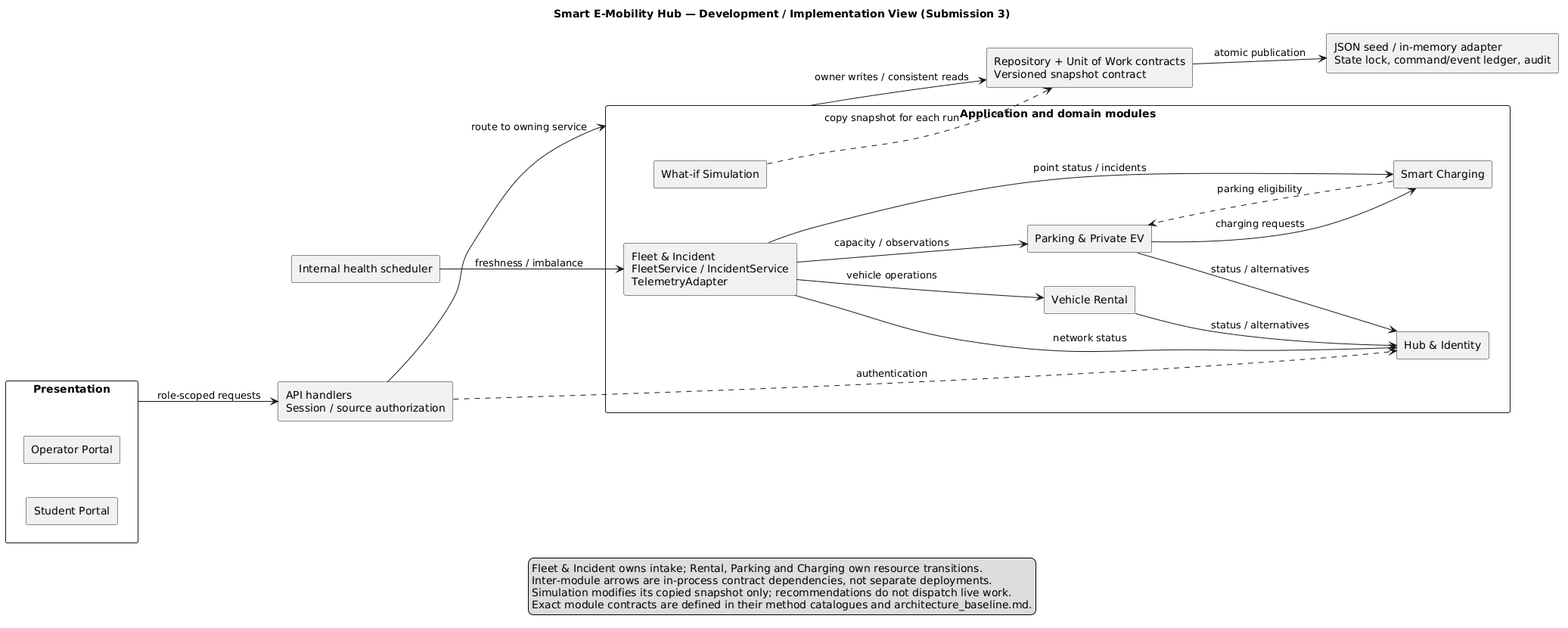
The PlantUML diagram docs/submission-3/development-view/Implementation_View.png in thanhpham1108/smart-e-mobility-hub, before a commit. The source it was exported from:
```plantuml
@startuml Implementation_View
title Smart E-Mobility Hub — Development / Implementation View (Submission 3)
left to right direction
skinparam shadowing false
skinparam componentStyle rectangle
skinparam packageStyle rectangle
skinparam nodesep 45
skinparam ranksep 45

package "Presentation" as Presentation {
  [Student Portal] as StudentUI
  [Operator Portal] as OperatorUI
}
component "API handlers\nSession / source authorization" as API
package "Application and domain modules" as Domain {
  [Fleet & Incident\nFleetService / IncidentService\nTelemetryAdapter] as Fleet
  [Vehicle Rental] as Rental
  [Parking & Private EV] as Parking
  [Smart Charging] as Charging
  [Hub & Identity] as Hub
  [What-if Simulation] as Simulation
}
component "Repository + Unit of Work contracts\nVersioned snapshot contract" as Contracts
component "JSON seed / in-memory adapter\nState lock, command/event ledger, audit" as Data
component "Internal health scheduler" as Scheduler

Presentation --> API : role-scoped requests
API --> Domain : route to owning service
API ..> Hub : authentication
Scheduler --> Fleet : freshness / imbalance
Fleet --> Rental : vehicle operations
Fleet --> Parking : capacity / observations
Fleet --> Charging : point status / incidents
Fleet --> Hub : network status
Rental --> Hub : status / alternatives
Parking --> Hub : status / alternatives
Parking --> Charging : charging requests
Charging ..> Parking : parking eligibility
Domain --> Contracts : owner writes / consistent reads
Simulation ..> Contracts : copy snapshot for each run
Contracts --> Data : atomic publication

legend bottom
  Fleet & Incident owns intake; Rental, Parking and Charging own resource transitions.
  Inter-module arrows are in-process contract dependencies, not separate deployments.
  Simulation modifies its copied snapshot only; recommendations do not dispatch live work.
  Exact module contracts are defined in their method catalogues and architecture_baseline.md.
endlegend
@enduml
```
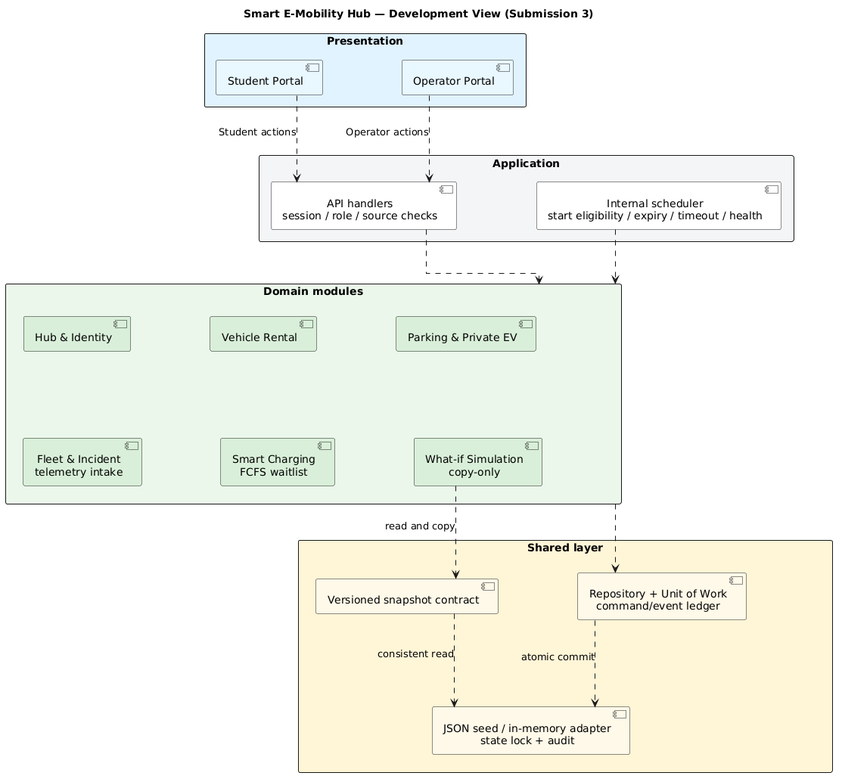
After the change.

Diff of the diagram source:
```diff
@@ -1,49 +1,58 @@
-@startuml Implementation_View
-title Smart E-Mobility Hub — Development / Implementation View (Submission 3)
-left to right direction
+@startuml
+title Smart E-Mobility Hub — Development View (Submission 3)
+top to bottom direction
 skinparam shadowing false
-skinparam componentStyle rectangle
+skinparam linetype ortho
+skinparam componentStyle uml2
 skinparam packageStyle rectangle
-skinparam nodesep 45
-skinparam ranksep 45
+skinparam nodesep 105
+skinparam ranksep 115
+skinparam defaultTextAlignment center
 
-package "Presentation" as Presentation {
-  [Student Portal] as StudentUI
-  [Operator Portal] as OperatorUI
+package "Presentation" #E0F2FE {
+  component "Student Portal" as StudentUI #E8F7FF
+  component "Operator Portal" as OperatorUI #E8F7FF
 }
-component "API handlers\nSession / source authorization" as API
-package "Application and domain modules" as Domain {
-  [Fleet & Incident\nFleetService / IncidentService\nTelemetryAdapter] as Fleet
-  [Vehicle Rental] as Rental
-  [Parking & Private EV] as Parking
-  [Smart Charging] as Charging
-  [Hub & Identity] as Hub
-  [What-if Simulation] as Simulation
+
+package "Application" #F3F4F6 {
+  component "API handlers\nsession / role / source checks" as API #FFFFFF
+  component "Internal scheduler\nstart eligibility / expiry / timeout / health" as Scheduler #FFFFFF
 }
-component "Repository + Unit of Work contracts\nVersioned snapshot contract" as Contracts
-component "JSON seed / in-memory adapter\nState lock, command/event ledger, audit" as Data
-component "Internal health scheduler" as Scheduler
 
-Presentation --> API : role-scoped requests
-API --> Domain : route to owning service
-API ..> Hub : authentication
-Scheduler --> Fleet : freshness / imbalance
-Fleet --> Rental : vehicle operations
-Fleet --> Parking : capacity / observations
-Fleet --> Charging : point status / incidents
-Fleet --> Hub : network status
-Rental --> Hub : status / alternatives
-Parking --> Hub : status / alternatives
-Parking --> Charging : charging requests
-Charging ..> Parking : parking eligibility
-Domain --> Contracts : owner writes / consistent reads
-Simulation ..> Contracts : copy snapshot for each run
-Contracts --> Data : atomic publication
+package "Domain modules" as Domain #EAF7EA {
+  component "Hub & Identity" as Hub #D9EFD9
+  component "Vehicle Rental" as Rental #D9EFD9
+  component "Parking & Private EV" as Parking #D9EFD9
+  component "Fleet & Incident\ntelemetry intake" as Fleet #D9EFD9
+  component "Smart Charging\nFCFS waitlist" as Charging #D9EFD9
+  component "What-if Simulation\ncopy-only" as Simulation #D9EFD9
+}
 
-legend bottom
-  Fleet & Incident owns intake; Rental, Parking and Charging own resource transitions.
-  Inter-module arrows are in-process contract dependencies, not separate deployments.
-  Simulation modifies its copied snapshot only; recommendations do not dispatch live work.
-  Exact module contracts are defined in their method catalogues and architecture_baseline.md.
-endlegend
+package "Shared layer" as Shared #FFF4D6 {
+  component "Repository + Unit of Work\ncommand/event ledger" as Repository #FFF9E8
+  component "Versioned snapshot contract" as Snapshot #FFF9E8
+  component "JSON seed / in-memory adapter\nstate lock + audit" as Adapter #FFF9E8
+}
+
+StudentUI ..> API : Student actions
+OperatorUI ..> API : Operator actions
+API ..> Domain
+Scheduler ..> Domain
+Domain ..> Repository
+Simulation ..> Snapshot : read and copy
+Repository ..> Adapter : atomic commit
+Snapshot ..> Adapter : consistent read
+
+StudentUI -[hidden]right- OperatorUI
+API -[hidden]right- Scheduler
+Hub -[hidden]right- Rental
+Rental -[hidden]right- Parking
+Fleet -[hidden]right- Charging
+Charging -[hidden]right- Simulation
+Rental -[hidden]down- Fleet
+Parking -[hidden]down- Charging
+Repository -[hidden]right- Snapshot
+Repository -[hidden]down- Adapter
+Snapshot -[hidden]down- Adapter
+Domain -[hidden]right- Shared
 @enduml
```
